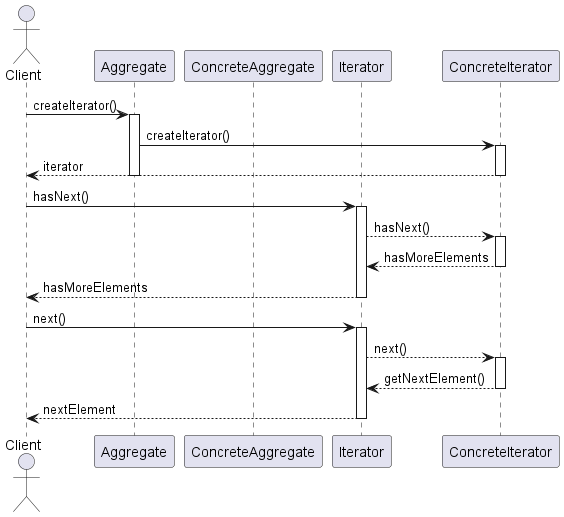
This is Patterns/Manuscript/manuscript/images/ch23_Iterator/IteratorPatternSequenceDiagram.png from Gabriel-SoftwareAG/DesignPatterns, a PlantUML export, as it was before one commit. The source it was exported from:
```plantuml
@startuml IteratorPatternSequenceDiagram

actor Client
participant Aggregate
participant ConcreteAggregate
participant Iterator
participant ConcreteIterator

Client -> Aggregate: createIterator()
activate Aggregate
Aggregate -> ConcreteIterator: createIterator()
activate ConcreteIterator
ConcreteIterator --> Client: iterator
deactivate ConcreteIterator
deactivate Aggregate

Client -> Iterator: hasNext()
activate Iterator
Iterator --> ConcreteIterator: hasNext()
activate ConcreteIterator
ConcreteIterator --> Iterator: hasMoreElements
deactivate ConcreteIterator
Iterator --> Client: hasMoreElements
deactivate Iterator

Client -> Iterator: next()
activate Iterator
Iterator --> ConcreteIterator: next()
activate ConcreteIterator
ConcreteIterator --> Iterator: getNextElement()
deactivate ConcreteIterator
Iterator --> Client: nextElement
deactivate Iterator

@enduml
```
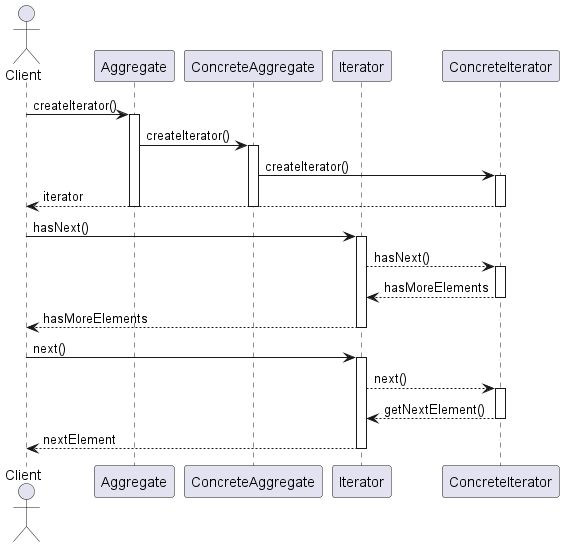
The same diagram one commit later.

Change to the diagram source:
```diff
@@ -8,9 +8,12 @@
 
 Client -> Aggregate: createIterator()
 activate Aggregate
-Aggregate -> ConcreteIterator: createIterator()
+Aggregate -> ConcreteAggregate: createIterator()
+activate ConcreteAggregate
+ConcreteAggregate -> ConcreteIterator: createIterator()
 activate ConcreteIterator
 ConcreteIterator --> Client: iterator
+deactivate ConcreteAggregate
 deactivate ConcreteIterator
 deactivate Aggregate
 
```
